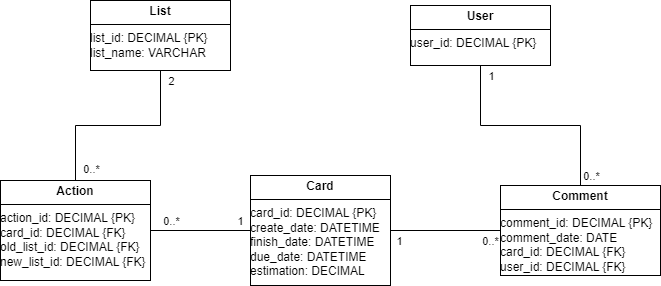
Above: dbconceptual.png in ychenwang/Trello-Powerup-Agile-yw (draw.io), before the change. Source tidied: cells renumbered, new cells last; positions are measured from the earlier drawing's top-left corner, leaving out a move shared by most shapes.
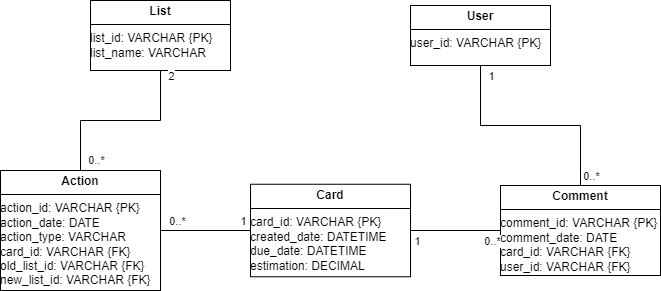
The same diagram one commit later.

Commit message:
remove duplicate diagram

Diff of the diagram source:
```diff
@@ -2,20 +2,20 @@
   <root>
     <mxCell id="0" />
     <mxCell id="1" parent="0" />
-    <mxCell id="2" value="&lt;p style=&quot;margin:0px;margin-top:4px;text-align:center;&quot;&gt;&lt;b&gt;Card&lt;/b&gt;&lt;/p&gt;&lt;hr size=&quot;1&quot; style=&quot;border-style:solid;&quot;&gt;&lt;div style=&quot;height:2px;&quot;&gt;card_id: DECIMAL {PK}&lt;br&gt;create_date: DATETIME&lt;br&gt;finish_date: DATETIME&lt;br&gt;due_date: DATETIME&lt;span style=&quot;white-space: pre;&quot;&gt;&#9;&lt;/span&gt;&lt;br&gt;estimation: DECIMAL&lt;br&gt;&lt;br&gt;&lt;/div&gt;&lt;div style=&quot;height:2px;&quot;&gt;&amp;nbsp;&lt;br&gt;&lt;br&gt;&lt;/div&gt;" style="verticalAlign=top;align=left;overflow=fill;html=1;whiteSpace=wrap;" parent="1" vertex="1">
-      <mxGeometry x="250" y="175" width="140" height="110" as="geometry" />
+    <mxCell id="2" value="&lt;p style=&quot;margin:0px;margin-top:4px;text-align:center;&quot;&gt;&lt;b&gt;Card&lt;/b&gt;&lt;/p&gt;&lt;hr size=&quot;1&quot; style=&quot;border-style:solid;&quot;&gt;&lt;div style=&quot;height:2px;&quot;&gt;card_id: VARCHAR&amp;nbsp;{PK}&lt;br&gt;created_date: DATETIME&lt;br&gt;due_date: DATETIME&lt;span style=&quot;white-space: pre;&quot;&gt;&#9;&lt;/span&gt;&lt;br&gt;estimation: DECIMAL&lt;br&gt;&lt;br&gt;&lt;/div&gt;&lt;div style=&quot;height:2px;&quot;&gt;&amp;nbsp;&lt;br&gt;&lt;br&gt;&lt;/div&gt;" style="verticalAlign=top;align=left;overflow=fill;html=1;whiteSpace=wrap;" parent="1" vertex="1">
+      <mxGeometry x="250" y="183.8" width="160" height="92.5" as="geometry" />
     </mxCell>
-    <mxCell id="3" value="&lt;p style=&quot;margin:0px;margin-top:4px;text-align:center;&quot;&gt;&lt;b&gt;Comment&lt;/b&gt;&lt;/p&gt;&lt;hr size=&quot;1&quot; style=&quot;border-style:solid;&quot;&gt;comment_id: DECIMAL {PK}&lt;br&gt;comment_date: DATE&lt;br&gt;card_id: DECIMAL {FK}&lt;br&gt;user_id: DECIMAL {FK}" style="verticalAlign=top;align=left;overflow=fill;html=1;whiteSpace=wrap;" parent="1" vertex="1">
+    <mxCell id="3" value="&lt;p style=&quot;margin:0px;margin-top:4px;text-align:center;&quot;&gt;&lt;b&gt;Comment&lt;/b&gt;&lt;/p&gt;&lt;hr size=&quot;1&quot; style=&quot;border-style:solid;&quot;&gt;comment_id: VARCHAR&amp;nbsp;{PK}&lt;br&gt;comment_date: DATE&lt;br&gt;card_id: VARCHAR&amp;nbsp;{FK}&lt;br&gt;user_id: VARCHAR&amp;nbsp;{FK}" style="verticalAlign=top;align=left;overflow=fill;html=1;whiteSpace=wrap;" parent="1" vertex="1">
       <mxGeometry x="500" y="185" width="160" height="90" as="geometry" />
     </mxCell>
-    <mxCell id="4" value="&lt;p style=&quot;margin:0px;margin-top:4px;text-align:center;&quot;&gt;&lt;b&gt;User&lt;/b&gt;&lt;/p&gt;&lt;hr size=&quot;1&quot; style=&quot;border-style:solid;&quot;&gt;user_id: DECIMAL {PK}" style="verticalAlign=top;align=left;overflow=fill;html=1;whiteSpace=wrap;" parent="1" vertex="1">
+    <mxCell id="4" value="&lt;p style=&quot;margin:0px;margin-top:4px;text-align:center;&quot;&gt;&lt;b&gt;User&lt;/b&gt;&lt;/p&gt;&lt;hr size=&quot;1&quot; style=&quot;border-style:solid;&quot;&gt;user_id: VARCHAR&amp;nbsp;{PK}" style="verticalAlign=top;align=left;overflow=fill;html=1;whiteSpace=wrap;" parent="1" vertex="1">
       <mxGeometry x="410" y="5" width="140" height="60" as="geometry" />
     </mxCell>
-    <mxCell id="5" value="&lt;p style=&quot;margin:0px;margin-top:4px;text-align:center;&quot;&gt;&lt;b&gt;List&lt;/b&gt;&lt;br&gt;&lt;/p&gt;&lt;hr size=&quot;1&quot; style=&quot;border-style:solid;&quot;&gt;list_id: DECIMAL {PK}&lt;br&gt;list_name: VARCHAR" style="verticalAlign=top;align=left;overflow=fill;html=1;whiteSpace=wrap;" parent="1" vertex="1">
+    <mxCell id="5" value="&lt;p style=&quot;margin:0px;margin-top:4px;text-align:center;&quot;&gt;&lt;b&gt;List&lt;/b&gt;&lt;br&gt;&lt;/p&gt;&lt;hr size=&quot;1&quot; style=&quot;border-style:solid;&quot;&gt;list_id: VARCHAR&amp;nbsp;{PK}&lt;br&gt;list_name: VARCHAR" style="verticalAlign=top;align=left;overflow=fill;html=1;whiteSpace=wrap;" parent="1" vertex="1">
       <mxGeometry x="90" width="140" height="70" as="geometry" />
     </mxCell>
-    <mxCell id="6" value="&lt;p style=&quot;margin:0px;margin-top:4px;text-align:center;&quot;&gt;&lt;b&gt;Action&lt;/b&gt;&lt;br&gt;&lt;/p&gt;&lt;hr size=&quot;1&quot; style=&quot;border-style:solid;&quot;&gt;action_id: DECIMAL {PK}&lt;br&gt;card_id: DECIMAL {FK}&lt;br&gt;old_list_id: DECIMAL {FK}&lt;br&gt;new_list_id: DECIMAL {FK}&lt;div&gt;&lt;br&gt;&lt;/div&gt;" style="verticalAlign=top;align=left;overflow=fill;html=1;whiteSpace=wrap;" parent="1" vertex="1">
-      <mxGeometry y="180" width="150" height="100" as="geometry" />
+    <mxCell id="6" value="&lt;p style=&quot;margin:0px;margin-top:4px;text-align:center;&quot;&gt;&lt;b&gt;Action&lt;/b&gt;&lt;br&gt;&lt;/p&gt;&lt;hr size=&quot;1&quot; style=&quot;border-style:solid;&quot;&gt;action_id: VARCHAR {PK}&lt;br&gt;action_date: DATE&lt;br&gt;action_type: VARCHAR&lt;br&gt;card_id: VARCHAR {FK}&lt;br&gt;old_list_id: VARCHAR&amp;nbsp;{FK}&lt;br&gt;new_list_id: VARCHAR&amp;nbsp;{FK}&lt;div&gt;&lt;br&gt;&lt;/div&gt;" style="verticalAlign=top;align=left;overflow=fill;html=1;whiteSpace=wrap;" parent="1" vertex="1">
+      <mxGeometry y="170" width="160" height="120" as="geometry" />
     </mxCell>
     <mxCell id="7" style="endArrow=none;html=1;rounded=0;exitX=0.5;exitY=0;exitDx=0;exitDy=0;entryX=0.5;entryY=1;entryDx=0;entryDy=0;edgeStyle=orthogonalEdgeStyle;" parent="1" edge="1" source="6" target="5">
       <mxGeometry relative="1" as="geometry" />
```
